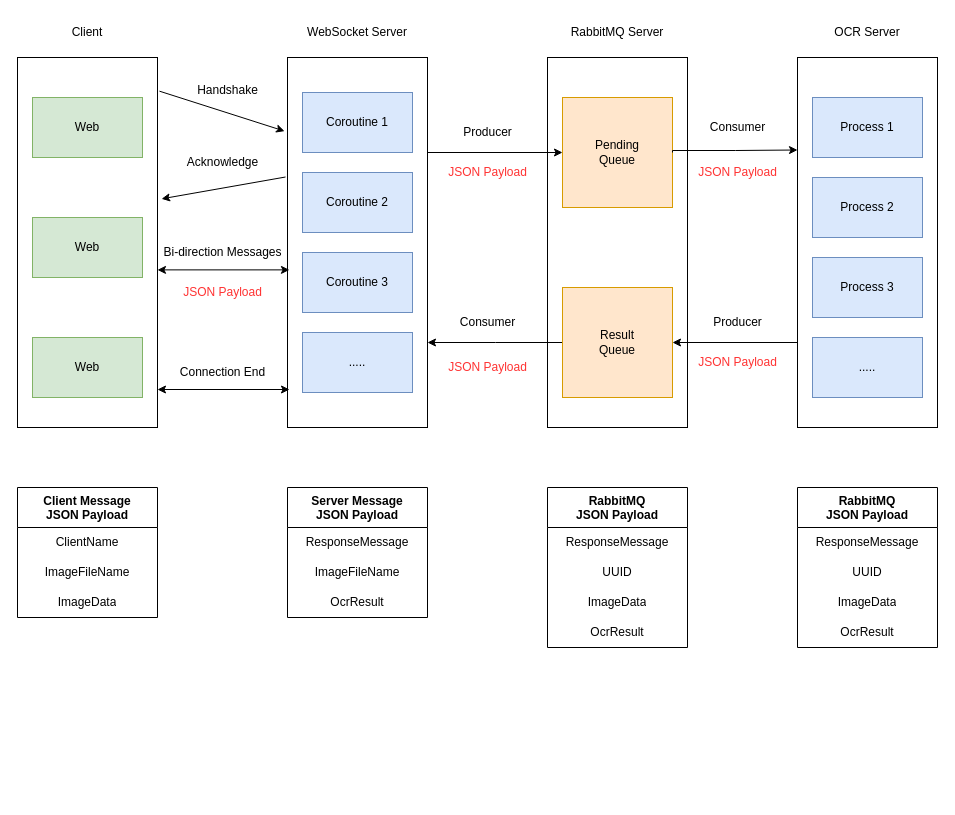
BowDer1118/Simple-OnlineOCR-System keeps this draw.io diagram as System Architecture/Online_OCR.drawio. Above is the earlier version. Source tidied: cells renumbered, new cells numbered last; positions are measured from the earlier drawing's top-left corner, leaving out a move shared by most shapes. Both pictures are drawn from the tidied source at 100%, with x=0, y=0 at pixel (17, 17).
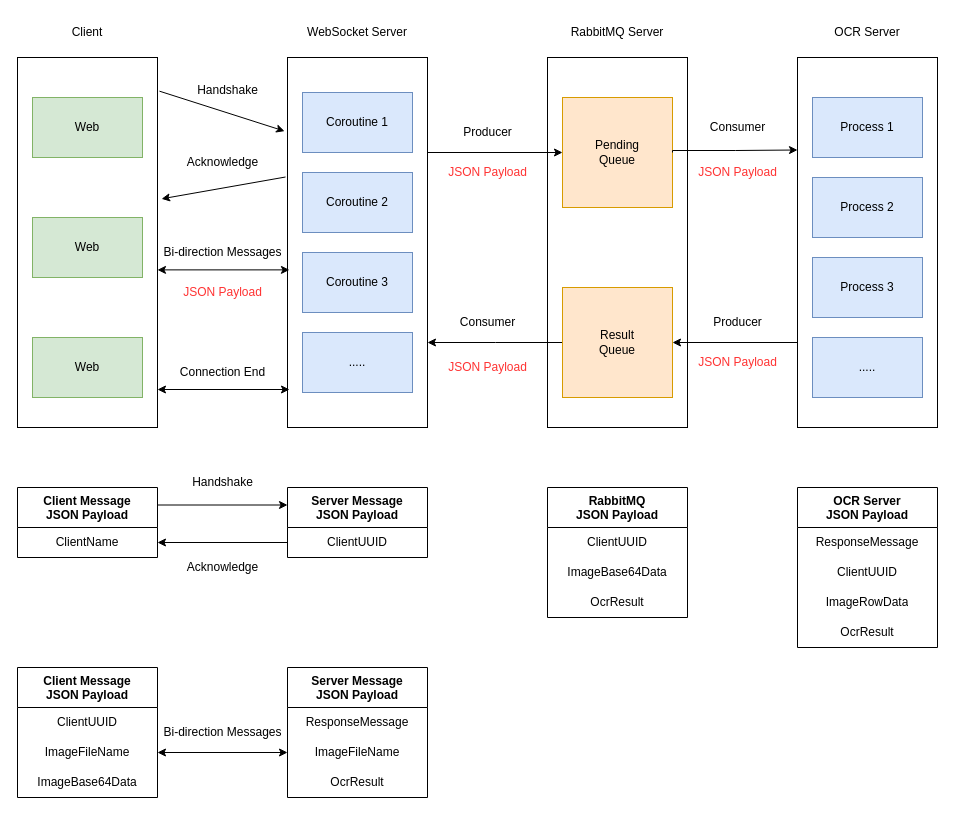
The same diagram, later.

Commit message (it also covers changes not shown here):
Update System Architecture

Unchanged cells that the change refers to:
```xml
<mxCell id="29" value="ClientName" style="text;html=1;strokeColor=none;fillColor=none;align=center;verticalAlign=middle;spacingLeft=4;spacingRight=4;overflow=hidden;points=[[0,0.5],[1,0.5]];portConstraint=eastwest;whiteSpace=wrap;" parent="28" vertex="1">
  <mxGeometry y="40" width="140" height="30" as="geometry" />
</mxCell>
```

The edit, as a diff of the source:
```diff
@@
+    <mxCell id="62" style="edgeStyle=orthogonalEdgeStyle;rounded=0;jettySize=auto;html=1;exitX=1;exitY=0.25;exitDx=0;exitDy=0;entryX=0;entryY=0.25;entryDx=0;entryDy=0;" parent="1" edge="1" source="28" target="32">
+      <mxGeometry relative="1" as="geometry" />
+    </mxCell>
     <mxCell id="28" value="Client Message&lt;br style=&quot;border-color: var(--border-color);&quot;&gt;JSON Payload" style="swimlane;fontStyle=1;align=center;verticalAlign=top;horizontal=1;startSize=40;html=1;whiteSpace=wrap;" parent="1" vertex="1">
-      <mxGeometry y="470" width="140" height="130" as="geometry" />
+      <mxGeometry y="470" width="140" height="70" as="geometry" />
     </mxCell>
@@
-    <mxCell id="30" value="ImageFileName" style="text;html=1;strokeColor=none;fillColor=none;align=center;verticalAlign=middle;spacingLeft=4;spacingRight=4;overflow=hidden;whiteSpace=wrap;" parent="28" vertex="1">
-      <mxGeometry y="70" width="140" height="30" as="geometry" />
-    </mxCell>
-    <mxCell id="31" value="ImageData" style="text;html=1;strokeColor=none;fillColor=none;align=center;verticalAlign=middle;spacingLeft=4;spacingRight=4;overflow=hidden;whiteSpace=wrap;" parent="28" vertex="1">
-      <mxGeometry y="100" width="140" height="30" as="geometry" />
-    </mxCell>
     <mxCell id="32" value="Server Message&lt;br style=&quot;border-color: var(--border-color);&quot;&gt;JSON Payload" style="swimlane;fontStyle=1;align=center;verticalAlign=top;horizontal=1;startSize=40;html=1;whiteSpace=wrap;" parent="1" vertex="1">
-      <mxGeometry x="270" y="470" width="140" height="130" as="geometry" />
+      <mxGeometry x="270" y="470" width="140" height="70" as="geometry" />
     </mxCell>
-    <mxCell id="33" value="ResponseMessage" style="text;html=1;strokeColor=none;fillColor=none;align=center;verticalAlign=middle;spacingLeft=4;spacingRight=4;overflow=hidden;whiteSpace=wrap;" parent="32" vertex="1">
-      <mxGeometry y="40" width="140" height="30" as="geometry" />
-    </mxCell>
-    <mxCell id="34" value="ImageFileName" style="text;html=1;strokeColor=none;fillColor=none;align=center;verticalAlign=middle;spacingLeft=4;spacingRight=4;overflow=hidden;whiteSpace=wrap;" parent="32" vertex="1">
-      <mxGeometry y="70" width="140" height="30" as="geometry" />
-    </mxCell>
-    <mxCell id="35" value="OcrResult" style="text;html=1;strokeColor=none;fillColor=none;align=center;verticalAlign=middle;spacingLeft=4;spacingRight=4;overflow=hidden;points=[[0,0.5],[1,0.5]];portConstraint=eastwest;whiteSpace=wrap;" parent="32" vertex="1">
-      <mxGeometry y="100" width="140" height="30" as="geometry" />
+    <mxCell id="35" value="ClientUUID" style="text;html=1;strokeColor=none;fillColor=none;align=center;verticalAlign=middle;spacingLeft=4;spacingRight=4;overflow=hidden;points=[[0,0.5],[1,0.5]];portConstraint=eastwest;whiteSpace=wrap;" parent="32" vertex="1">
+      <mxGeometry y="40" width="140" height="30" as="geometry" />
     </mxCell>
     <mxCell id="36" value="RabbitMQ&lt;br&gt;JSON Payload" style="swimlane;fontStyle=1;align=center;verticalAlign=top;horizontal=1;startSize=40;html=1;whiteSpace=wrap;" parent="1" vertex="1">
-      <mxGeometry x="530" y="470" width="140" height="160" as="geometry" />
+      <mxGeometry x="530" y="470" width="140" height="130" as="geometry" />
     </mxCell>
-    <mxCell id="37" value="ResponseMessage" style="text;html=1;strokeColor=none;fillColor=none;align=center;verticalAlign=middle;spacingLeft=4;spacingRight=4;overflow=hidden;whiteSpace=wrap;" parent="36" vertex="1">
-      <mxGeometry y="40" width="140" height="30" as="geometry" />
-    </mxCell>
-    <mxCell id="38" value="UUID" style="text;html=1;strokeColor=none;fillColor=none;align=center;verticalAlign=middle;spacingLeft=4;spacingRight=4;overflow=hidden;whiteSpace=wrap;" parent="36" vertex="1">
-      <mxGeometry y="70" width="140" height="30" as="geometry" />
+    <mxCell id="38" value="ClientUUID" style="text;html=1;strokeColor=none;fillColor=none;align=center;verticalAlign=middle;spacingLeft=4;spacingRight=4;overflow=hidden;whiteSpace=wrap;" parent="36" vertex="1">
+      <mxGeometry y="40" width="140" height="30" as="geometry" />
     </mxCell>
-    <mxCell id="39" value="ImageData" style="text;html=1;strokeColor=none;fillColor=none;align=center;verticalAlign=middle;spacingLeft=4;spacingRight=4;overflow=hidden;whiteSpace=wrap;" parent="36" vertex="1">
-      <mxGeometry y="100" width="140" height="30" as="geometry" />
+    <mxCell id="39" value="ImageBase64Data" style="text;html=1;strokeColor=none;fillColor=none;align=center;verticalAlign=middle;spacingLeft=4;spacingRight=4;overflow=hidden;whiteSpace=wrap;" parent="36" vertex="1">
+      <mxGeometry y="70" width="140" height="30" as="geometry" />
     </mxCell>
     <mxCell id="40" value="OcrResult" style="text;html=1;strokeColor=none;fillColor=none;align=center;verticalAlign=middle;spacingLeft=4;spacingRight=4;overflow=hidden;whiteSpace=wrap;" parent="36" vertex="1">
-      <mxGeometry y="130" width="140" height="30" as="geometry" />
+      <mxGeometry y="100" width="140" height="30" as="geometry" />
     </mxCell>
@@
-    <mxCell id="48" value="RabbitMQ&lt;br&gt;JSON Payload" style="swimlane;fontStyle=1;align=center;verticalAlign=top;horizontal=1;startSize=40;html=1;whiteSpace=wrap;" parent="1" vertex="1">
+    <mxCell id="48" value="OCR Server&lt;br&gt;JSON Payload" style="swimlane;fontStyle=1;align=center;verticalAlign=top;horizontal=1;startSize=40;html=1;whiteSpace=wrap;" parent="1" vertex="1">
       <mxGeometry x="780" y="470" width="140" height="160" as="geometry" />
     </mxCell>
@@
-    <mxCell id="50" value="UUID" style="text;html=1;strokeColor=none;fillColor=none;align=center;verticalAlign=middle;spacingLeft=4;spacingRight=4;overflow=hidden;whiteSpace=wrap;" parent="48" vertex="1">
+    <mxCell id="50" value="ClientUUID" style="text;html=1;strokeColor=none;fillColor=none;align=center;verticalAlign=middle;spacingLeft=4;spacingRight=4;overflow=hidden;whiteSpace=wrap;" parent="48" vertex="1">
       <mxGeometry y="70" width="140" height="30" as="geometry" />
     </mxCell>
-    <mxCell id="51" value="ImageData" style="text;html=1;strokeColor=none;fillColor=none;align=center;verticalAlign=middle;spacingLeft=4;spacingRight=4;overflow=hidden;whiteSpace=wrap;" parent="48" vertex="1">
+    <mxCell id="51" value="ImageRowData" style="text;html=1;strokeColor=none;fillColor=none;align=center;verticalAlign=middle;spacingLeft=4;spacingRight=4;overflow=hidden;whiteSpace=wrap;" parent="48" vertex="1">
       <mxGeometry y="100" width="140" height="30" as="geometry" />
     </mxCell>
@@
+    <mxCell id="63" value="Client Message&lt;br style=&quot;border-color: var(--border-color);&quot;&gt;JSON Payload" style="swimlane;fontStyle=1;align=center;verticalAlign=top;horizontal=1;startSize=40;html=1;whiteSpace=wrap;" parent="1" vertex="1">
+      <mxGeometry y="650" width="140" height="130" as="geometry" />
+    </mxCell>
+    <mxCell id="64" value="ClientUUID" style="text;html=1;strokeColor=none;fillColor=none;align=center;verticalAlign=middle;spacingLeft=4;spacingRight=4;overflow=hidden;whiteSpace=wrap;" parent="63" vertex="1">
+      <mxGeometry y="40" width="140" height="30" as="geometry" />
+    </mxCell>
+    <mxCell id="65" value="ImageFileName" style="text;html=1;strokeColor=none;fillColor=none;align=center;verticalAlign=middle;spacingLeft=4;spacingRight=4;overflow=hidden;points=[[0,0.5],[1,0.5]];portConstraint=eastwest;whiteSpace=wrap;" parent="63" vertex="1">
+      <mxGeometry y="70" width="140" height="30" as="geometry" />
+    </mxCell>
+    <mxCell id="66" value="ImageBase64Data" style="text;html=1;strokeColor=none;fillColor=none;align=center;verticalAlign=middle;spacingLeft=4;spacingRight=4;overflow=hidden;whiteSpace=wrap;" parent="63" vertex="1">
+      <mxGeometry y="100" width="140" height="30" as="geometry" />
+    </mxCell>
+    <mxCell id="67" value="Server Message&lt;br style=&quot;border-color: var(--border-color);&quot;&gt;JSON Payload" style="swimlane;fontStyle=1;align=center;verticalAlign=top;horizontal=1;startSize=40;html=1;whiteSpace=wrap;" parent="1" vertex="1">
+      <mxGeometry x="270" y="650" width="140" height="130" as="geometry" />
+    </mxCell>
+    <mxCell id="68" value="ResponseMessage" style="text;html=1;strokeColor=none;fillColor=none;align=center;verticalAlign=middle;spacingLeft=4;spacingRight=4;overflow=hidden;whiteSpace=wrap;" parent="67" vertex="1">
+      <mxGeometry y="40" width="140" height="30" as="geometry" />
+    </mxCell>
+    <mxCell id="69" value="ImageFileName" style="text;html=1;strokeColor=none;fillColor=none;align=center;verticalAlign=middle;spacingLeft=4;spacingRight=4;overflow=hidden;points=[[0,0.5],[1,0.5]];portConstraint=eastwest;whiteSpace=wrap;" parent="67" vertex="1">
+      <mxGeometry y="70" width="140" height="30" as="geometry" />
+    </mxCell>
+    <mxCell id="70" value="OcrResult" style="text;html=1;strokeColor=none;fillColor=none;align=center;verticalAlign=middle;spacingLeft=4;spacingRight=4;overflow=hidden;whiteSpace=wrap;" parent="67" vertex="1">
+      <mxGeometry y="100" width="140" height="30" as="geometry" />
+    </mxCell>
+    <mxCell id="71" style="edgeStyle=orthogonalEdgeStyle;rounded=0;jettySize=auto;html=1;exitX=0;exitY=0.5;exitDx=0;exitDy=0;" parent="1" edge="1" source="35" target="29">
+      <mxGeometry relative="1" as="geometry" />
+    </mxCell>
+    <mxCell id="72" value="Handshake" style="text;html=1;align=center;verticalAlign=middle;strokeColor=none;fillColor=none;" parent="1" vertex="1">
+      <mxGeometry x="165" y="450" width="80" height="30" as="geometry" />
+    </mxCell>
+    <mxCell id="73" value="Acknowledge" style="text;html=1;align=center;verticalAlign=middle;strokeColor=none;fillColor=none;" parent="1" vertex="1">
+      <mxGeometry x="160" y="535" width="90" height="30" as="geometry" />
+    </mxCell>
+    <mxCell id="74" style="edgeStyle=orthogonalEdgeStyle;rounded=0;jettySize=auto;html=1;exitX=1;exitY=0.5;exitDx=0;exitDy=0;entryX=0;entryY=0.5;entryDx=0;entryDy=0;startArrow=classic;startFill=1;" parent="1" edge="1" source="65" target="69">
+      <mxGeometry relative="1" as="geometry" />
+    </mxCell>
+    <mxCell id="75" value="Bi-direction Messages" style="text;html=1;align=center;verticalAlign=middle;strokeColor=none;fillColor=none;" parent="1" vertex="1">
+      <mxGeometry x="135" y="700" width="140" height="30" as="geometry" />
+    </mxCell>
```
